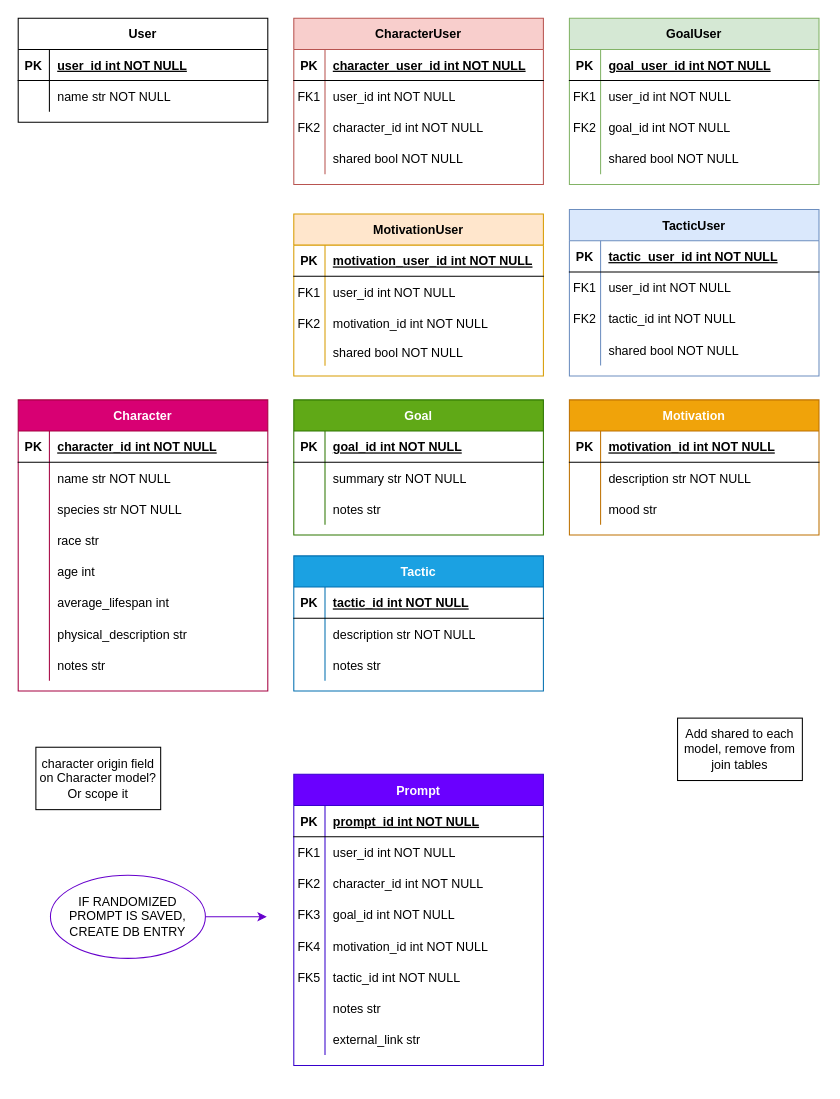
This is database_schema.drawio from dexterfitch/pprompp, a draw.io file, before an edit. Source tidied: cells renumbered, new cells numbered last; positions are measured from the earlier drawing's top-left corner, leaving out a move shared by most shapes. Both pictures are drawn from the tidied source at 104%, with x=0, y=0 at pixel (18, 18).
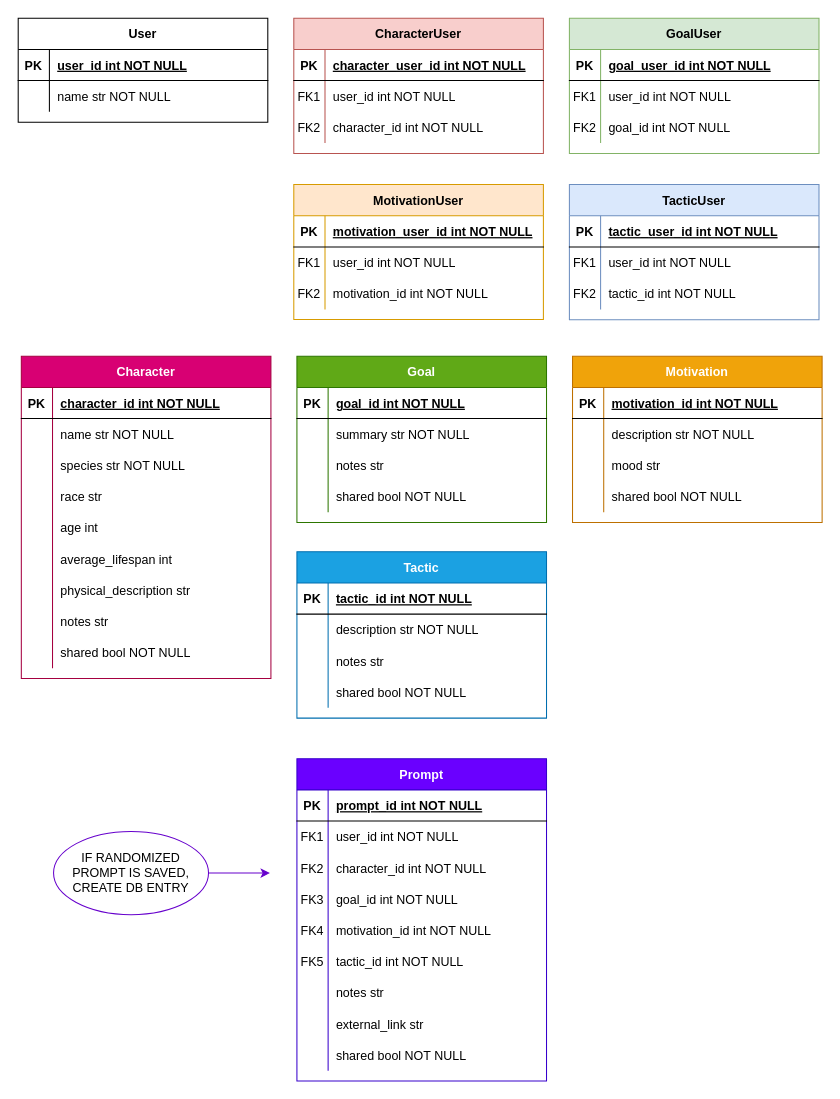
The same page after the edit.

Diff of the diagram source:
```diff
@@
     <mxCell id="9" value="Character" style="shape=table;startSize=30;childLayout=tableLayout;rowLines=0;fontStyle=1;align=center;swimlaneFillColor=none;fillColor=#d80073;strokeColor=#A50040;fontColor=#ffffff;" parent="1" vertex="1">
-      <mxGeometry y="367" width="240" height="280" as="geometry" />
+      <mxGeometry x="3" y="325" width="240" height="310" as="geometry" />
     </mxCell>
@@
+    <mxCell id="145" style="shape=partialRectangle;fillColor=none;top=0;left=0;right=0;bottom=0;" parent="9" vertex="1">
+      <mxGeometry y="270" width="240" height="30" as="geometry" />
+    </mxCell>
+    <mxCell id="146" style="shape=partialRectangle;overflow=hidden;fillColor=none;top=0;left=0;bottom=0;right=0;" parent="145" vertex="1">
+      <mxGeometry width="30" height="30" as="geometry" />
+    </mxCell>
+    <mxCell id="147" value="shared bool NOT NULL" style="shape=partialRectangle;overflow=hidden;fillColor=none;top=0;left=0;bottom=0;right=0;align=left;spacingLeft=6;" parent="145" vertex="1">
+      <mxGeometry x="30" width="210" height="30" as="geometry" />
+    </mxCell>
     <mxCell id="34" value="Goal" style="shape=table;startSize=30;childLayout=tableLayout;rowLines=0;fontStyle=1;align=center;fillColor=#60a917;strokeColor=#2D7600;fontColor=#ffffff;" parent="1" vertex="1">
-      <mxGeometry x="265" y="367" width="240" height="130" as="geometry" />
+      <mxGeometry x="268" y="325" width="240" height="160" as="geometry" />
     </mxCell>
@@
+    <mxCell id="148" style="shape=partialRectangle;fillColor=none;top=0;left=0;right=0;bottom=0;" parent="34" vertex="1">
+      <mxGeometry y="120" width="240" height="30" as="geometry" />
+    </mxCell>
+    <mxCell id="149" style="shape=partialRectangle;overflow=hidden;fillColor=none;top=0;left=0;bottom=0;right=0;" parent="148" vertex="1">
+      <mxGeometry width="30" height="30" as="geometry" />
+    </mxCell>
+    <mxCell id="150" value="shared bool NOT NULL" style="shape=partialRectangle;overflow=hidden;fillColor=none;top=0;left=0;bottom=0;right=0;align=left;spacingLeft=6;" parent="148" vertex="1">
+      <mxGeometry x="30" width="210" height="30" as="geometry" />
+    </mxCell>
     <mxCell id="44" value="Motivation" style="shape=table;startSize=30;childLayout=tableLayout;rowLines=0;fontStyle=1;align=center;fillColor=#f0a30a;strokeColor=#BD7000;fontColor=#ffffff;" parent="1" vertex="1">
-      <mxGeometry x="530" y="367" width="240" height="130" as="geometry" />
+      <mxGeometry x="533" y="325" width="240" height="160" as="geometry" />
     </mxCell>
@@
+    <mxCell id="151" style="shape=partialRectangle;fillColor=none;top=0;left=0;right=0;bottom=0;" parent="44" vertex="1">
+      <mxGeometry y="120" width="240" height="30" as="geometry" />
+    </mxCell>
+    <mxCell id="152" style="shape=partialRectangle;overflow=hidden;fillColor=none;top=0;left=0;bottom=0;right=0;" parent="151" vertex="1">
+      <mxGeometry width="30" height="30" as="geometry" />
+    </mxCell>
+    <mxCell id="153" value="shared bool NOT NULL" style="shape=partialRectangle;overflow=hidden;fillColor=none;top=0;left=0;bottom=0;right=0;align=left;spacingLeft=6;" parent="151" vertex="1">
+      <mxGeometry x="30" width="210" height="30" as="geometry" />
+    </mxCell>
     <mxCell id="54" value="Tactic" style="shape=table;startSize=30;childLayout=tableLayout;rowLines=0;fontStyle=1;align=center;fillColor=#1ba1e2;strokeColor=#006EAF;fontColor=#ffffff;" parent="1" vertex="1">
-      <mxGeometry x="265" y="517" width="240" height="130" as="geometry" />
+      <mxGeometry x="268" y="513" width="240" height="160" as="geometry" />
     </mxCell>
@@
+    <mxCell id="154" style="shape=partialRectangle;fillColor=none;top=0;left=0;right=0;bottom=0;" parent="54" vertex="1">
+      <mxGeometry y="120" width="240" height="30" as="geometry" />
+    </mxCell>
+    <mxCell id="155" style="shape=partialRectangle;overflow=hidden;fillColor=none;top=0;left=0;bottom=0;right=0;" parent="154" vertex="1">
+      <mxGeometry width="30" height="30" as="geometry" />
+    </mxCell>
+    <mxCell id="156" value="shared bool NOT NULL" style="shape=partialRectangle;overflow=hidden;fillColor=none;top=0;left=0;bottom=0;right=0;align=left;spacingLeft=6;" parent="154" vertex="1">
+      <mxGeometry x="30" width="210" height="30" as="geometry" />
+    </mxCell>
     <mxCell id="64" value="CharacterUser" style="shape=table;startSize=30;childLayout=tableLayout;rowLines=0;fontStyle=1;align=center;fillColor=#f8cecc;strokeColor=#b85450;" parent="1" vertex="1">
-      <mxGeometry x="265" width="240" height="160" as="geometry" />
+      <mxGeometry x="265" width="240" height="130" as="geometry" />
     </mxCell>
@@
-    <mxCell id="74" style="shape=partialRectangle;fillColor=none;top=0;left=0;right=0;bottom=0;" parent="64" vertex="1">
-      <mxGeometry y="120" width="240" height="30" as="geometry" />
-    </mxCell>
-    <mxCell id="75" style="shape=partialRectangle;overflow=hidden;fillColor=none;top=0;left=0;bottom=0;right=0;" parent="74" vertex="1">
-      <mxGeometry width="30" height="30" as="geometry" />
-    </mxCell>
-    <mxCell id="76" value="shared bool NOT NULL" style="shape=partialRectangle;overflow=hidden;fillColor=none;top=0;left=0;bottom=0;right=0;align=left;spacingLeft=6;" parent="74" vertex="1">
-      <mxGeometry x="30" width="210" height="30" as="geometry" />
-    </mxCell>
     <mxCell id="77" value="TacticUser" style="shape=table;startSize=30;childLayout=tableLayout;rowLines=0;fontStyle=1;align=center;fillColor=#dae8fc;strokeColor=#6c8ebf;" parent="1" vertex="1">
-      <mxGeometry x="530" y="184" width="240" height="160" as="geometry" />
+      <mxGeometry x="530" y="160" width="240" height="130" as="geometry" />
     </mxCell>
@@
-    <mxCell id="87" style="shape=partialRectangle;fillColor=none;top=0;left=0;right=0;bottom=0;" parent="77" vertex="1">
-      <mxGeometry y="120" width="240" height="30" as="geometry" />
-    </mxCell>
-    <mxCell id="88" style="shape=partialRectangle;overflow=hidden;fillColor=none;top=0;left=0;bottom=0;right=0;" parent="87" vertex="1">
-      <mxGeometry width="30" height="30" as="geometry" />
-    </mxCell>
-    <mxCell id="89" value="shared bool NOT NULL" style="shape=partialRectangle;overflow=hidden;fillColor=none;top=0;left=0;bottom=0;right=0;align=left;spacingLeft=6;" parent="87" vertex="1">
-      <mxGeometry x="30" width="210" height="30" as="geometry" />
-    </mxCell>
     <mxCell id="90" value="GoalUser" style="shape=table;startSize=30;childLayout=tableLayout;rowLines=0;fontStyle=1;align=center;fillColor=#d5e8d4;strokeColor=#82b366;" parent="1" vertex="1">
-      <mxGeometry x="530" width="240" height="160" as="geometry" />
+      <mxGeometry x="530" width="240" height="130" as="geometry" />
     </mxCell>
@@
-    <mxCell id="100" style="shape=partialRectangle;fillColor=none;top=0;left=0;right=0;bottom=0;" parent="90" vertex="1">
-      <mxGeometry y="120" width="240" height="30" as="geometry" />
-    </mxCell>
-    <mxCell id="101" style="shape=partialRectangle;overflow=hidden;fillColor=none;top=0;left=0;bottom=0;right=0;" parent="100" vertex="1">
-      <mxGeometry width="30" height="30" as="geometry" />
-    </mxCell>
-    <mxCell id="102" value="shared bool NOT NULL" style="shape=partialRectangle;overflow=hidden;fillColor=none;top=0;left=0;bottom=0;right=0;align=left;spacingLeft=6;" parent="100" vertex="1">
-      <mxGeometry x="30" width="210" height="30" as="geometry" />
-    </mxCell>
     <mxCell id="103" value="MotivationUser" style="shape=table;startSize=30;childLayout=tableLayout;rowLines=0;fontStyle=1;align=center;fillColor=#ffe6cc;strokeColor=#d79b00;" parent="1" vertex="1">
-      <mxGeometry x="265" y="188.2" width="240" height="155.8" as="geometry" />
+      <mxGeometry x="265" y="160" width="240" height="129.8" as="geometry" />
     </mxCell>
@@
-    <mxCell id="113" style="shape=partialRectangle;fillColor=none;top=0;left=0;right=0;bottom=0;" parent="103" vertex="1">
-      <mxGeometry y="120" width="240" height="26" as="geometry" />
-    </mxCell>
-    <mxCell id="114" style="shape=partialRectangle;overflow=hidden;fillColor=none;top=0;left=0;bottom=0;right=0;" parent="113" vertex="1">
-      <mxGeometry width="30" height="26" as="geometry" />
-    </mxCell>
-    <mxCell id="115" value="shared bool NOT NULL" style="shape=partialRectangle;overflow=hidden;fillColor=none;top=0;left=0;bottom=0;right=0;align=left;spacingLeft=6;" parent="113" vertex="1">
-      <mxGeometry x="30" width="210" height="26" as="geometry" />
-    </mxCell>
     <mxCell id="116" style="edgeStyle=orthogonalEdgeStyle;jettySize=auto;html=1;rounded=0;strokeColor=#6600CC;" parent="1" edge="1" source="117">
       <mxGeometry relative="1" as="geometry">
-        <mxPoint x="239" y="864" as="targetPoint" />
+        <mxPoint x="242" y="822" as="targetPoint" />
       </mxGeometry>
     </mxCell>
     <mxCell id="117" value="IF RANDOMIZED PROMPT IS SAVED,&lt;br&gt;CREATE DB ENTRY" style="ellipse;whiteSpace=wrap;html=1;strokeColor=#6600CC;" parent="1" vertex="1">
-      <mxGeometry x="31" y="824" width="149" height="80" as="geometry" />
+      <mxGeometry x="34" y="782" width="149" height="80" as="geometry" />
     </mxCell>
     <mxCell id="118" value="Prompt" style="shape=table;startSize=30;childLayout=tableLayout;rowLines=0;fontStyle=1;align=center;swimlaneFillColor=none;fillColor=#6a00ff;strokeColor=#3700CC;fontColor=#ffffff;" parent="1" vertex="1">
-      <mxGeometry x="265" y="727" width="240" height="280" as="geometry" />
+      <mxGeometry x="268" y="712" width="240" height="310" as="geometry" />
     </mxCell>
@@
-    <mxCell id="143" value="Add shared to each model, remove from join tables" style="rounded=0;whiteSpace=wrap;html=1;" parent="1" vertex="1">
-      <mxGeometry x="634" y="673" width="120" height="60" as="geometry" />
-    </mxCell>
-    <mxCell id="144" value="character origin field on Character model?&lt;br&gt;Or scope it" style="rounded=0;whiteSpace=wrap;html=1;" parent="1" vertex="1">
-      <mxGeometry x="17" y="701" width="120" height="60" as="geometry" />
-    </mxCell>
+    <mxCell id="157" style="shape=partialRectangle;fillColor=none;top=0;left=0;right=0;bottom=0;" parent="118" vertex="1">
+      <mxGeometry y="270" width="240" height="30" as="geometry" />
+    </mxCell>
+    <mxCell id="158" style="shape=partialRectangle;overflow=hidden;fillColor=none;top=0;left=0;bottom=0;right=0;" parent="157" vertex="1">
+      <mxGeometry width="30" height="30" as="geometry" />
+    </mxCell>
+    <mxCell id="159" value="shared bool NOT NULL" style="shape=partialRectangle;overflow=hidden;fillColor=none;top=0;left=0;bottom=0;right=0;align=left;spacingLeft=6;" parent="157" vertex="1">
+      <mxGeometry x="30" width="210" height="30" as="geometry" />
+    </mxCell>
```
